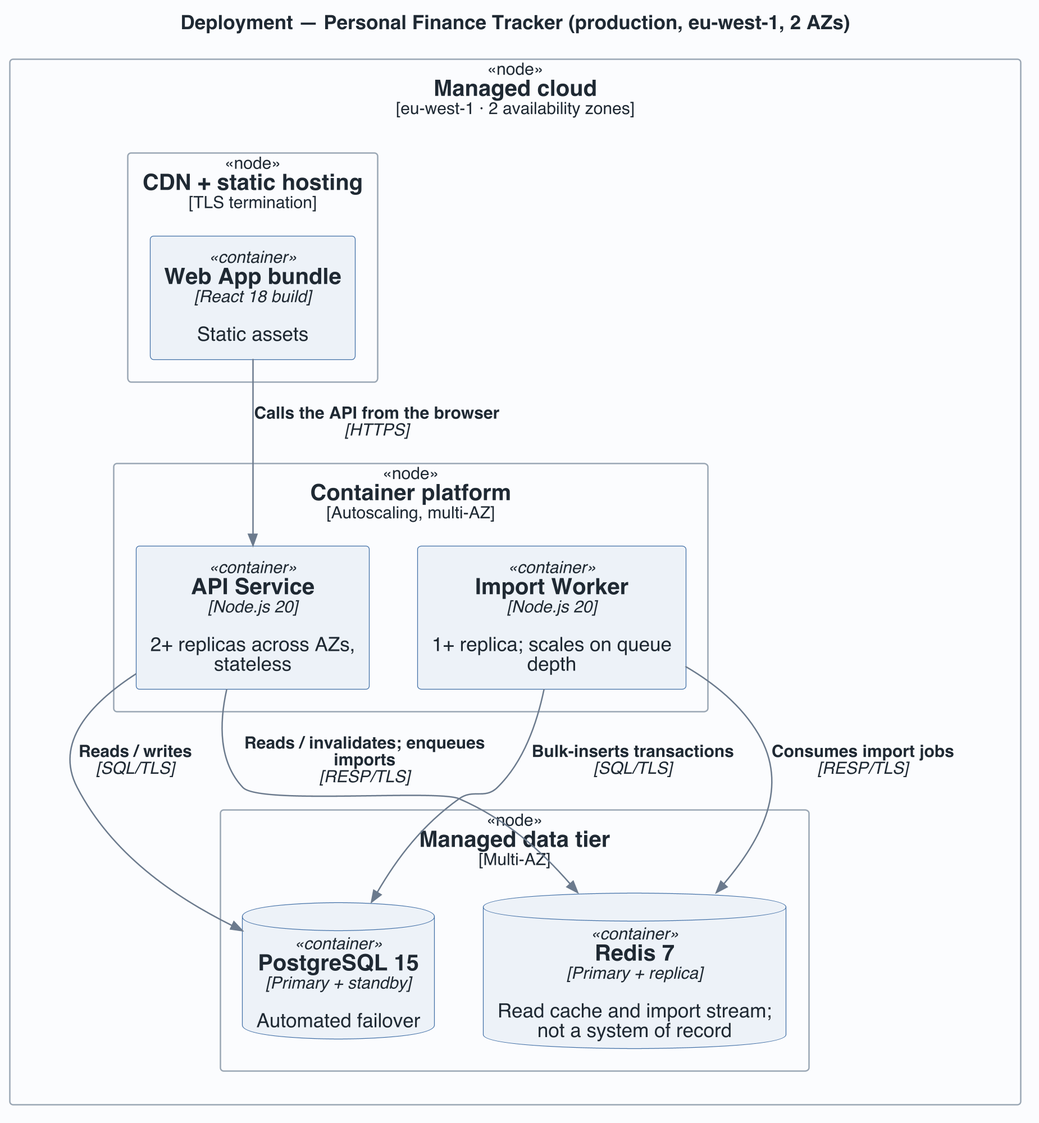
Before: examples/personal-finance-tracker-plantuml/add/diagrams/deployment.png, a diagram exported from PlantUML (rtym/sei-architecture-methodology). Its source is kept beside it as examples/personal-finance-tracker-plantuml/add/diagrams/deployment.puml.
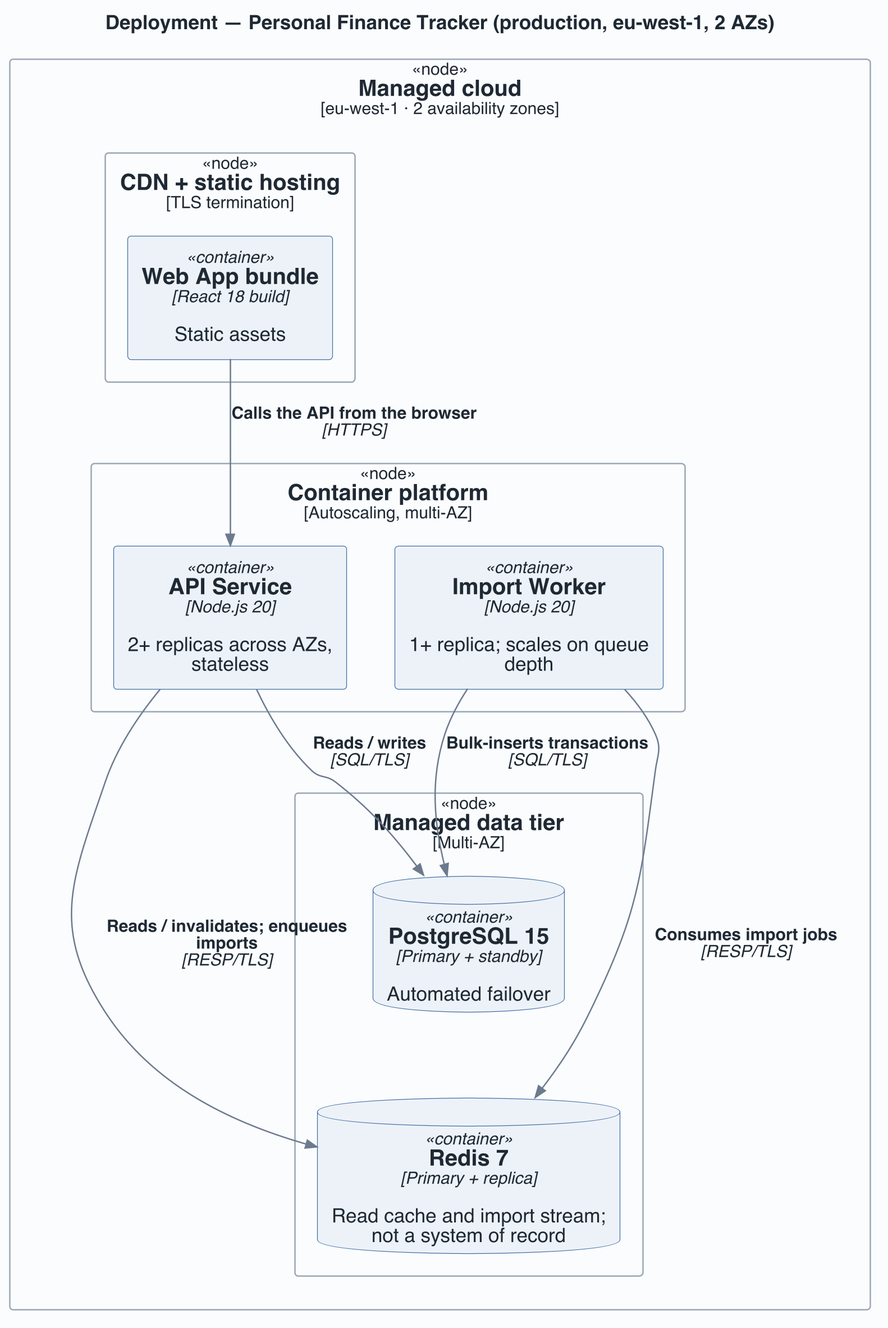
The same file after the commit.

Commit message:
Stack the stores in the PlantUML deployment diagrams; render CI with PlantUML 1.2026.10

What changed in the source:
```diff
@@ -21,4 +21,5 @@
 Rel(api, cache, "Reads / invalidates; enqueues imports", "RESP/TLS")
 Rel(worker, cache, "Consumes import jobs", "RESP/TLS")
 Rel(worker, db, "Bulk-inserts transactions", "SQL/TLS")
+Lay_D(db, cache)
 @enduml
```
